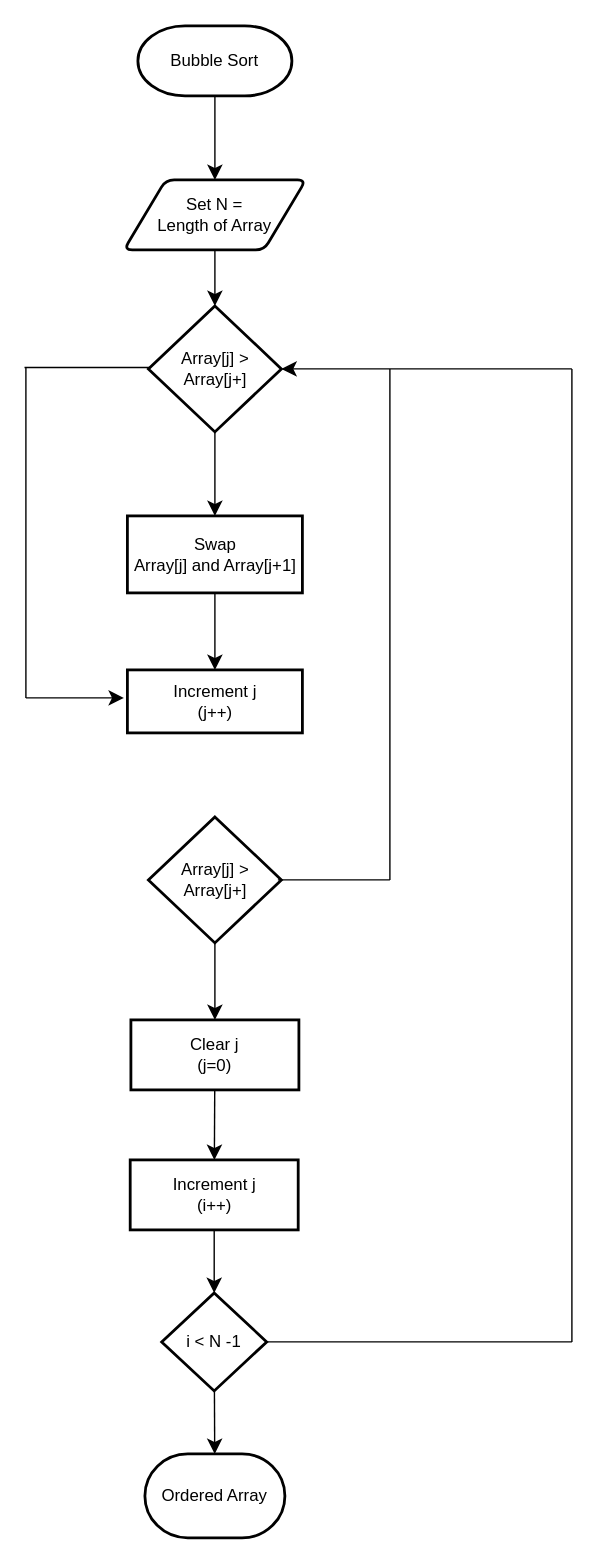
The draw.io diagram Bubble sort.drawio in prycilliaedw/prycilliaedw, before the edit. Source tidied: cells renumbered, new cells numbered last; positions are measured from the earlier drawing's top-left corner, leaving out a move shared by most shapes. Both pictures are drawn from the tidied source at 140%, with x=0, y=0 at pixel (24, 25).
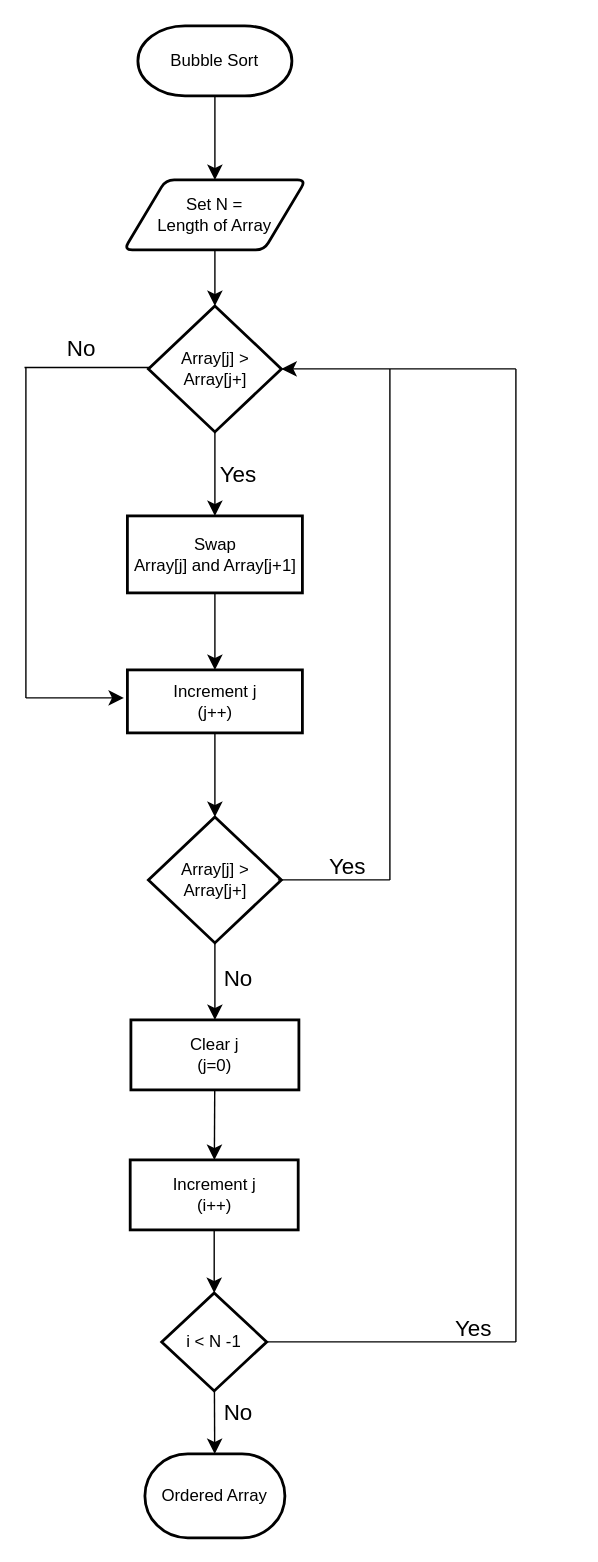
Above is the later version.

The change refers to these unchanged cells:
```xml
<mxCell id="6" value="Array[j] &amp;gt;&lt;div&gt;Array[j+]&lt;/div&gt;" style="strokeWidth=2;html=1;shape=mxgraph.flowchart.decision;whiteSpace=wrap;" parent="1" vertex="1">
  <mxGeometry x="88.5" y="200" width="95" height="90" as="geometry" />
</mxCell>
<mxCell id="10" value="Increment j&lt;div&gt;(j++)&lt;/div&gt;" style="whiteSpace=wrap;html=1;strokeWidth=2;" parent="1" vertex="1">
  <mxGeometry x="73.5" y="460" width="125" height="45" as="geometry" />
</mxCell>
<mxCell id="12" value="Array[j] &amp;gt;&lt;div&gt;Array[j+]&lt;/div&gt;" style="strokeWidth=2;html=1;shape=mxgraph.flowchart.decision;whiteSpace=wrap;" parent="1" vertex="1">
  <mxGeometry x="88.5" y="565" width="95" height="90" as="geometry" />
</mxCell>
```

What changed in the source:
```diff
@@
+    <mxCell id="28" style="edgeStyle=none;curved=1;rounded=0;jettySize=auto;html=1;fontSize=12;startSize=8;endSize=8;" parent="1" edge="1" source="10" target="12">
+      <mxGeometry relative="1" as="geometry" />
+    </mxCell>
@@
     <mxCell id="17" style="endArrow=classic;html=1;rounded=0;fontSize=12;startSize=8;endSize=8;curved=1;entryX=1;entryY=0.5;entryDx=0;entryDy=0;entryPerimeter=0;" parent="1" edge="1" target="6">
       <mxGeometry relative="1" as="geometry">
-        <mxPoint x="391" y="245" as="sourcePoint" />
+        <mxPoint x="351" y="245" as="sourcePoint" />
       </mxGeometry>
     </mxCell>
@@
     <mxCell id="26" style="endArrow=none;html=1;rounded=0;fontSize=12;startSize=8;endSize=8;curved=1;" parent="1" edge="1">
       <mxGeometry relative="1" as="geometry">
         <mxPoint x="172" y="940" as="sourcePoint" />
-        <mxPoint x="391" y="940" as="targetPoint" />
+        <mxPoint x="351" y="940" as="targetPoint" />
       </mxGeometry>
     </mxCell>
     <mxCell id="27" style="endArrow=none;html=1;rounded=0;fontSize=12;startSize=8;endSize=8;curved=1;" parent="1" edge="1">
       <mxGeometry relative="1" as="geometry">
-        <mxPoint x="391" y="940" as="sourcePoint" />
-        <mxPoint x="391" y="245" as="targetPoint" />
+        <mxPoint x="351" y="940" as="sourcePoint" />
+        <mxPoint x="351" y="245" as="targetPoint" />
       </mxGeometry>
     </mxCell>
+    <mxCell id="29" value="No" style="text;strokeColor=none;fillColor=none;html=1;align=center;verticalAlign=middle;whiteSpace=wrap;rounded=0;fontSize=16;" parent="1" vertex="1">
+      <mxGeometry x="21" y="220" width="40" height="20" as="geometry" />
+    </mxCell>
+    <mxCell id="30" value="No" style="text;strokeColor=none;fillColor=none;html=1;align=center;verticalAlign=middle;whiteSpace=wrap;rounded=0;fontSize=16;" parent="1" vertex="1">
+      <mxGeometry x="133" y="670" width="40" height="20" as="geometry" />
+    </mxCell>
+    <mxCell id="31" value="Yes" style="text;strokeColor=none;fillColor=none;html=1;align=center;verticalAlign=middle;whiteSpace=wrap;rounded=0;fontSize=16;" parent="1" vertex="1">
+      <mxGeometry x="133" y="310" width="40" height="20" as="geometry" />
+    </mxCell>
+    <mxCell id="32" value="Yes" style="text;strokeColor=none;fillColor=none;html=1;align=center;verticalAlign=middle;whiteSpace=wrap;rounded=0;fontSize=16;" parent="1" vertex="1">
+      <mxGeometry x="211" y="590" width="40" height="20" as="geometry" />
+    </mxCell>
+    <mxCell id="33" value="No" style="text;strokeColor=none;fillColor=none;html=1;align=center;verticalAlign=middle;whiteSpace=wrap;rounded=0;fontSize=16;" parent="1" vertex="1">
+      <mxGeometry x="133" y="980" width="40" height="20" as="geometry" />
+    </mxCell>
+    <mxCell id="34" value="Yes" style="text;strokeColor=none;fillColor=none;html=1;align=center;verticalAlign=middle;whiteSpace=wrap;rounded=0;fontSize=16;" parent="1" vertex="1">
+      <mxGeometry x="301" y="920" width="40" height="20" as="geometry" />
+    </mxCell>
```
